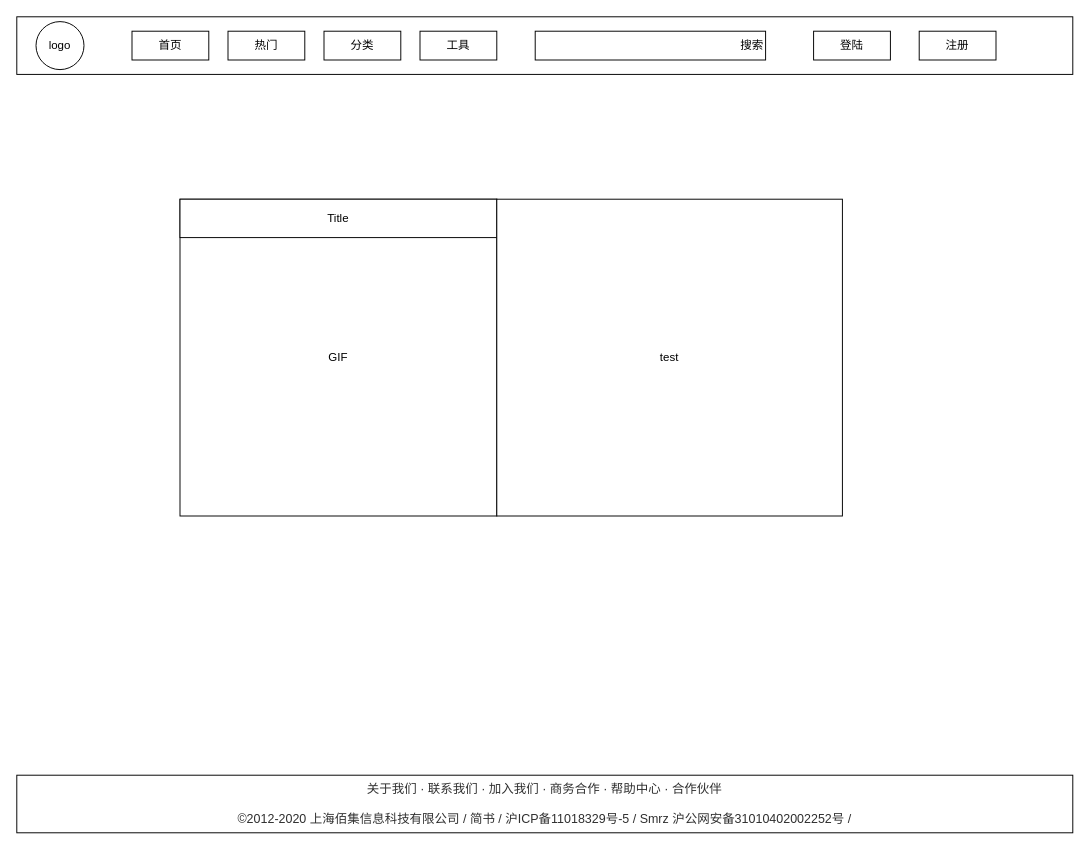
This is page "Register" (6 of 8) of gif.drawio from goldmine/base, a draw.io file, before an edit. Source tidied: cells renumbered, new cells numbered last; positions are measured from the earlier drawing's top-left corner, leaving out a move shared by most shapes. Both pictures are drawn from the tidied source at 96%, with x=0, y=0 at pixel (16, 16).
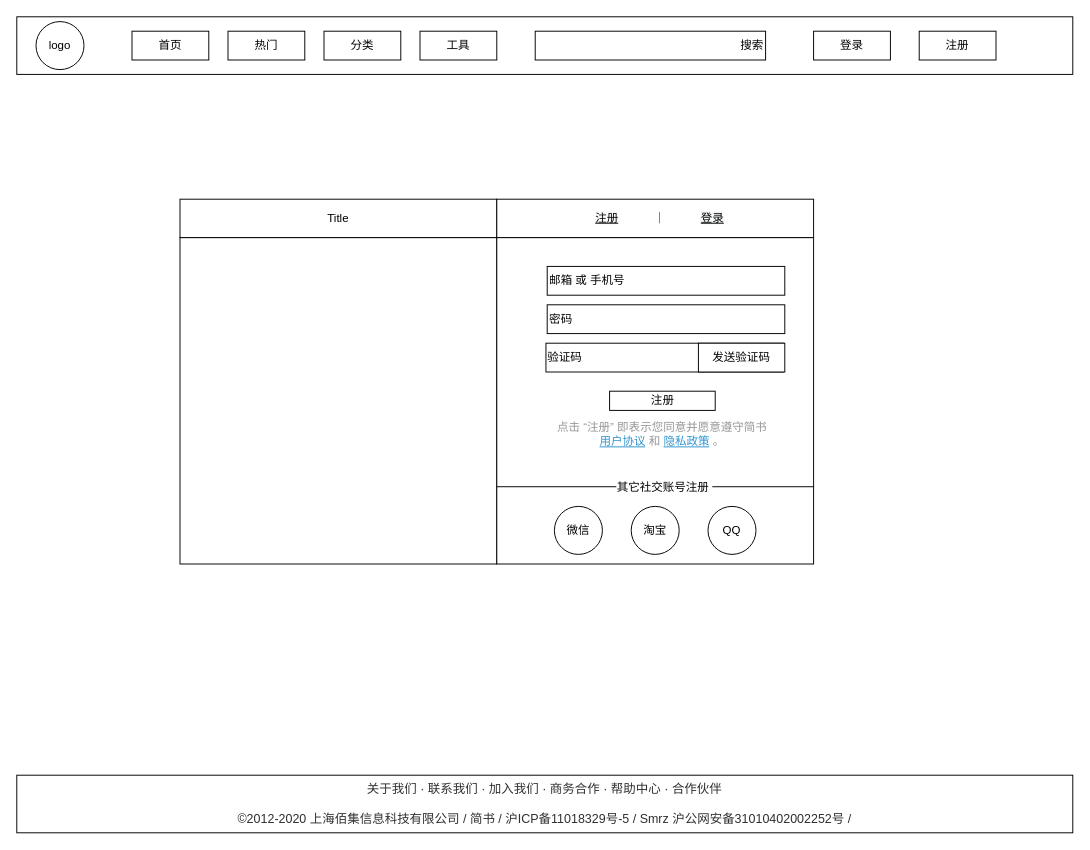
The same page after the edit.

The change refers to these unchanged cells:
```xml
<mxCell id="4" style="group;" parent="1" vertex="1">
  <mxGeometry x="120" y="15" width="900" height="30" as="geometry" />
</mxCell>
```

What changed in the source:
```diff
@@
+    <mxCell id="16" style="rounded=0;whiteSpace=wrap;html=1;" parent="1" vertex="1">
+      <mxGeometry x="170" y="230" width="330" height="340" as="geometry" />
+    </mxCell>
+    <mxCell id="17" style="rounded=0;whiteSpace=wrap;html=1;" parent="1" vertex="1">
+      <mxGeometry x="500" y="230" width="330" height="340" as="geometry" />
+    </mxCell>
@@
-    <mxCell id="5" value="登陆" style="rounded=0;whiteSpace=wrap;html=1;" parent="4" vertex="1">
+    <mxCell id="5" value="登录" style="rounded=0;whiteSpace=wrap;html=1;" parent="4" vertex="1">
       <mxGeometry x="710" width="80" height="30" as="geometry" />
     </mxCell>
@@
-    <mxCell id="12" value="GIF" style="whiteSpace=wrap;html=1;" parent="1" vertex="1">
-      <mxGeometry x="170" y="190" width="330" height="330" as="geometry" />
-    </mxCell>
@@
-    <mxCell id="14" value="test" style="rounded=0;whiteSpace=wrap;html=1;" parent="1" vertex="1">
-      <mxGeometry x="500" y="190" width="360" height="330" as="geometry" />
-    </mxCell>
@@
+    <mxCell id="18" value="邮箱 或 手机号" style="rounded=0;whiteSpace=wrap;html=1;align=left;" parent="1" vertex="1">
+      <mxGeometry x="552.5" y="260" width="247.5" height="30" as="geometry" />
+    </mxCell>
+    <mxCell id="19" value="密码" style="rounded=0;whiteSpace=wrap;html=1;align=left;" parent="1" vertex="1">
+      <mxGeometry x="552.5" y="300" width="247.5" height="30" as="geometry" />
+    </mxCell>
+    <mxCell id="20" value="&lt;span style=&quot;color: rgb(150 , 150 , 150) ; font-family: , &amp;#34;sf ui text&amp;#34; , &amp;#34;arial&amp;#34; , &amp;#34;pingfang sc&amp;#34; , &amp;#34;hiragino sans gb&amp;#34; , &amp;#34;microsoft yahei&amp;#34; , &amp;#34;wenquanyi micro hei&amp;#34; , sans-serif ; background-color: rgb(255 , 255 , 255)&quot;&gt;点击 “注册” 即表示您同意并愿意遵守简书&lt;/span&gt;&lt;br style=&quot;box-sizing: border-box ; color: rgb(150 , 150 , 150) ; font-family: , &amp;#34;sf ui text&amp;#34; , &amp;#34;arial&amp;#34; , &amp;#34;pingfang sc&amp;#34; , &amp;#34;hiragino sans gb&amp;#34; , &amp;#34;microsoft yahei&amp;#34; , &amp;#34;wenquanyi micro hei&amp;#34; , sans-serif ; background-color: rgb(255 , 255 , 255)&quot;&gt;&lt;a target=&quot;_blank&quot; href=&quot;http://www.jianshu.com/p/c44d171298ce&quot; style=&quot;box-sizing: border-box ; background-color: rgb(255 , 255 , 255) ; color: rgb(49 , 148 , 208) ; cursor: pointer ; font-family: , &amp;#34;sf ui text&amp;#34; , &amp;#34;arial&amp;#34; , &amp;#34;pingfang sc&amp;#34; , &amp;#34;hiragino sans gb&amp;#34; , &amp;#34;microsoft yahei&amp;#34; , &amp;#34;wenquanyi micro hei&amp;#34; , sans-serif&quot;&gt;用户协议&lt;/a&gt;&lt;span style=&quot;color: rgb(150 , 150 , 150) ; font-family: , &amp;#34;sf ui text&amp;#34; , &amp;#34;arial&amp;#34; , &amp;#34;pingfang sc&amp;#34; , &amp;#34;hiragino sans gb&amp;#34; , &amp;#34;microsoft yahei&amp;#34; , &amp;#34;wenquanyi micro hei&amp;#34; , sans-serif ; background-color: rgb(255 , 255 , 255)&quot;&gt;&amp;nbsp;和&amp;nbsp;&lt;/span&gt;&lt;a target=&quot;_blank&quot; href=&quot;http://www.jianshu.com/p/2ov8x3&quot; style=&quot;box-sizing: border-box ; background-color: rgb(255 , 255 , 255) ; color: rgb(49 , 148 , 208) ; cursor: pointer ; font-family: , &amp;#34;sf ui text&amp;#34; , &amp;#34;arial&amp;#34; , &amp;#34;pingfang sc&amp;#34; , &amp;#34;hiragino sans gb&amp;#34; , &amp;#34;microsoft yahei&amp;#34; , &amp;#34;wenquanyi micro hei&amp;#34; , sans-serif&quot;&gt;隐私政策&lt;/a&gt;&lt;span style=&quot;color: rgb(150 , 150 , 150) ; font-family: , &amp;#34;sf ui text&amp;#34; , &amp;#34;arial&amp;#34; , &amp;#34;pingfang sc&amp;#34; , &amp;#34;hiragino sans gb&amp;#34; , &amp;#34;microsoft yahei&amp;#34; , &amp;#34;wenquanyi micro hei&amp;#34; , sans-serif ; background-color: rgb(255 , 255 , 255)&quot;&gt;&amp;nbsp;。&lt;/span&gt;" style="text;html=1;strokeColor=none;fillColor=none;align=center;verticalAlign=middle;whiteSpace=wrap;rounded=0;" parent="1" vertex="1">
+      <mxGeometry x="550" y="425" width="245" height="20" as="geometry" />
+    </mxCell>
+    <mxCell id="21" value="注册" style="rounded=0;whiteSpace=wrap;html=1;" parent="1" vertex="1">
+      <mxGeometry x="617.5" y="390" width="110" height="20" as="geometry" />
+    </mxCell>
+    <mxCell id="22" style="rounded=0;whiteSpace=wrap;html=1;" parent="1" vertex="1">
+      <mxGeometry x="500" y="190" width="330" height="40" as="geometry" />
+    </mxCell>
+    <mxCell id="23" style="endArrow=none;html=1;" parent="1" edge="1">
+      <mxGeometry relative="1" as="geometry">
+        <mxPoint x="500" y="489.5" as="sourcePoint" />
+        <mxPoint x="830" y="489.5" as="targetPoint" />
+      </mxGeometry>
+    </mxCell>
+    <mxCell id="24" value="微信" style="ellipse;whiteSpace=wrap;html=1;" parent="1" vertex="1">
+      <mxGeometry x="560" y="510" width="50" height="50" as="geometry" />
+    </mxCell>
+    <mxCell id="25" value="其它社交账号注册&amp;nbsp;" style="text;html=1;strokeColor=none;fillColor=none;align=center;verticalAlign=middle;whiteSpace=wrap;rounded=0;labelBackgroundColor=#ffffff;" parent="1" vertex="1">
+      <mxGeometry x="620" y="480" width="110" height="20" as="geometry" />
+    </mxCell>
+    <mxCell id="26" value="淘宝" style="ellipse;whiteSpace=wrap;html=1;" parent="1" vertex="1">
+      <mxGeometry x="640" y="510" width="50" height="50" as="geometry" />
+    </mxCell>
+    <mxCell id="27" value="QQ" style="ellipse;whiteSpace=wrap;html=1;" parent="1" vertex="1">
+      <mxGeometry x="720" y="510" width="50" height="50" as="geometry" />
+    </mxCell>
+    <mxCell id="28" value="验证码" style="rounded=0;whiteSpace=wrap;html=1;align=left;" parent="1" vertex="1">
+      <mxGeometry x="551.2" y="340" width="247.5" height="30" as="geometry" />
+    </mxCell>
+    <mxCell id="29" value="发送验证码" style="rounded=0;whiteSpace=wrap;html=1;labelBackgroundColor=#ffffff;" parent="1" vertex="1">
+      <mxGeometry x="710" y="340" width="90" height="30" as="geometry" />
+    </mxCell>
+    <mxCell id="30" value="&lt;u style=&quot;background-color: rgb(248 , 249 , 250)&quot;&gt;注册&lt;/u&gt;" style="text;html=1;strokeColor=none;fillColor=none;align=center;verticalAlign=middle;whiteSpace=wrap;rounded=0;labelBackgroundColor=#ffffff;" parent="1" vertex="1">
+      <mxGeometry x="560" y="200" width="110" height="20" as="geometry" />
+    </mxCell>
+    <mxCell id="31" value="&lt;u style=&quot;background-color: rgb(248 , 249 , 250)&quot;&gt;登录&lt;/u&gt;" style="text;html=1;strokeColor=none;fillColor=none;align=center;verticalAlign=middle;whiteSpace=wrap;rounded=0;labelBackgroundColor=#ffffff;" parent="1" vertex="1">
+      <mxGeometry x="670" y="200" width="110" height="20" as="geometry" />
+    </mxCell>
+    <mxCell id="32" value="｜" style="text;html=1;strokeColor=none;fillColor=none;align=center;verticalAlign=middle;whiteSpace=wrap;rounded=0;labelBackgroundColor=#ffffff;" parent="1" vertex="1">
+      <mxGeometry x="650" y="200" width="40" height="20" as="geometry" />
+    </mxCell>
```
